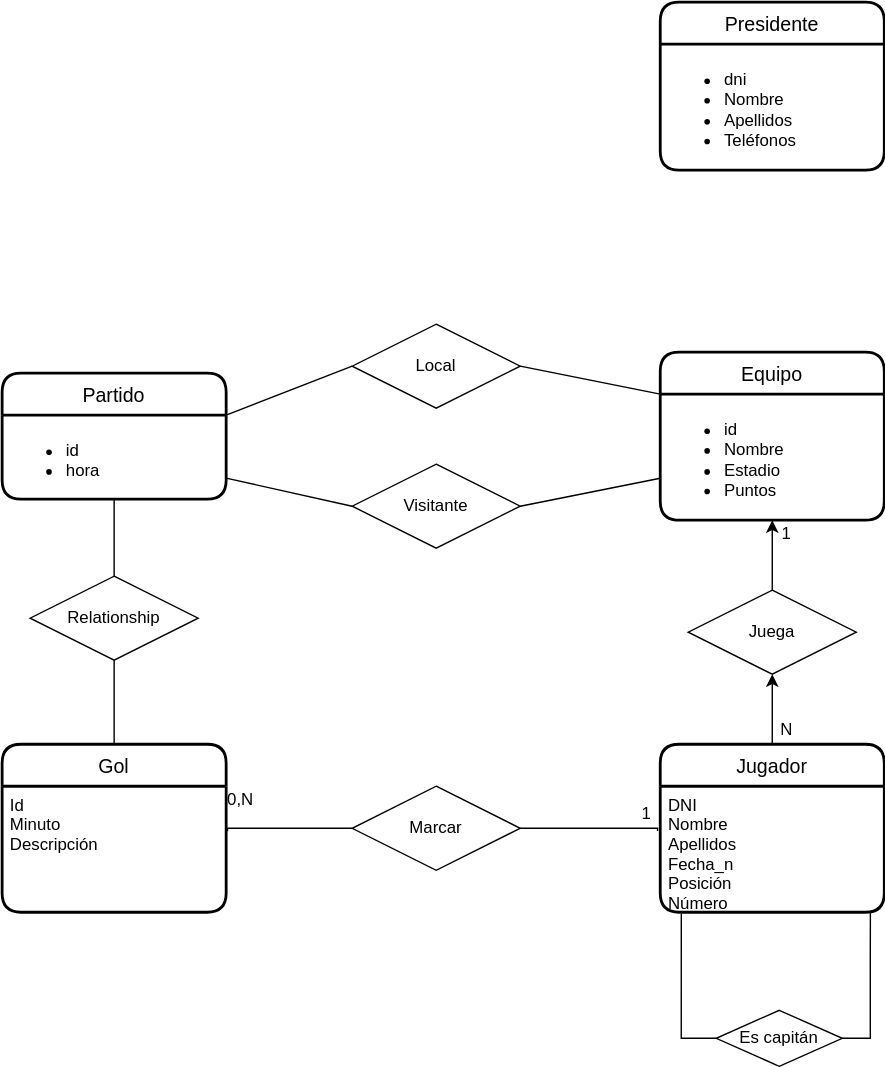
Earlier version of the draw.io export UD12-10.svg (Jimxx22/C3-UD11-UML). Source tidied: cells renumbered, new cells last; positions are measured from the earlier drawing's top-left corner, leaving out a move shared by most shapes.
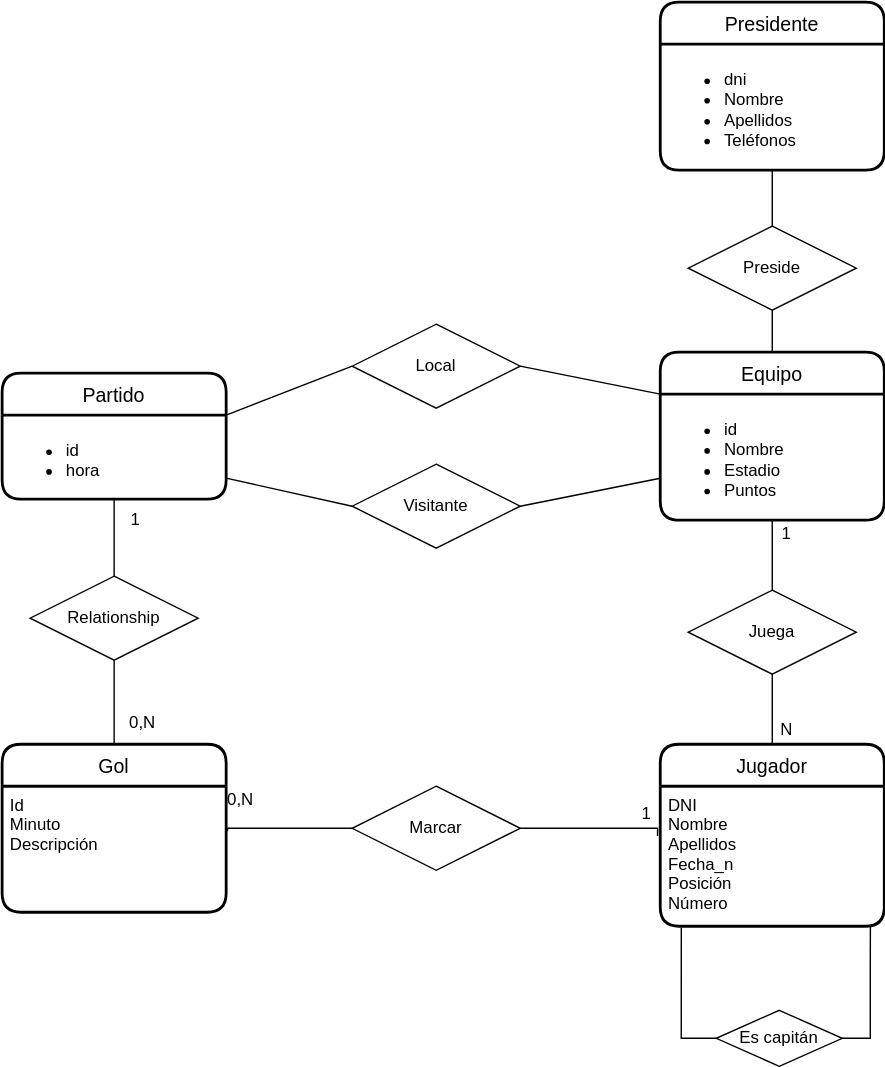
The same diagram one commit later.

Diff of the diagram source:
```diff
@@ -2,14 +2,14 @@
   <root>
     <mxCell id="0" />
     <mxCell id="1" parent="0" />
-    <mxCell id="2" style="edgeStyle=orthogonalEdgeStyle;rounded=0;jettySize=auto;html=1;exitX=0.5;exitY=0;exitDx=0;exitDy=0;entryX=0.5;entryY=1;entryDx=0;entryDy=0;" parent="1" edge="1" source="3" target="28">
+    <mxCell id="2" style="edgeStyle=orthogonalEdgeStyle;rounded=0;jettySize=auto;html=1;exitX=0.5;exitY=0;exitDx=0;exitDy=0;entryX=0.5;entryY=1;entryDx=0;entryDy=0;endArrow=none;endFill=0;" parent="1" edge="1" source="3" target="28">
       <mxGeometry relative="1" as="geometry" />
     </mxCell>
     <mxCell id="3" value="Jugador" style="swimlane;horizontal=1;startSize=30;rounded=1;fontSize=14;fontStyle=0;strokeWidth=2;shadow=0;dashed=0;align=center;" parent="1" vertex="1">
-      <mxGeometry x="470" y="530" width="160" height="120" as="geometry" />
+      <mxGeometry x="470" y="530" width="160" height="130" as="geometry" />
     </mxCell>
     <mxCell id="4" value="DNI&#10;Nombre&#10;Apellidos&#10;Fecha_n&#10;Posición&#10;Número&#10;" style="align=left;strokeColor=none;fillColor=none;spacingLeft=4;fontSize=12;verticalAlign=top;" parent="3" vertex="1">
-      <mxGeometry y="30" width="160" height="90" as="geometry" />
+      <mxGeometry y="30" width="160" height="100" as="geometry" />
     </mxCell>
     <mxCell id="5" value="Partido" style="swimlane;horizontal=1;startSize=30;rounded=1;fontSize=14;fontStyle=0;strokeWidth=2;shadow=0;dashed=0;align=center;" parent="1" vertex="1">
       <mxGeometry y="265" width="160" height="90" as="geometry" />
@@ -86,7 +86,7 @@
     <mxCell id="25" value="Relationship" style="shape=rhombus;perimeter=rhombusPerimeter;whiteSpace=wrap;html=1;align=center;labelBackgroundColor=none;" parent="1" vertex="1">
       <mxGeometry x="20" y="410" width="120" height="60" as="geometry" />
     </mxCell>
-    <mxCell id="26" style="edgeStyle=orthogonalEdgeStyle;rounded=0;jettySize=auto;html=1;exitX=0.5;exitY=0;exitDx=0;exitDy=0;entryX=0.5;entryY=1;entryDx=0;entryDy=0;" parent="1" edge="1" source="28" target="11">
+    <mxCell id="26" style="edgeStyle=orthogonalEdgeStyle;rounded=0;jettySize=auto;html=1;exitX=0.5;exitY=0;exitDx=0;exitDy=0;entryX=0.5;entryY=1;entryDx=0;entryDy=0;endArrow=none;endFill=0;" parent="1" edge="1" source="28" target="11">
       <mxGeometry relative="1" as="geometry" />
     </mxCell>
     <mxCell id="27" style="endArrow=none;html=1;rounded=0;labelBackgroundColor=none;entryX=0.5;entryY=0;entryDx=0;entryDy=0;exitX=0.5;exitY=1;exitDx=0;exitDy=0;" parent="1" edge="1" source="6" target="25">
@@ -101,14 +101,29 @@
     <mxCell id="30" style="endArrow=none;html=1;rounded=0;labelBackgroundColor=none;entryX=0.5;entryY=0;entryDx=0;entryDy=0;exitX=0.5;exitY=1;exitDx=0;exitDy=0;" parent="1" edge="1" source="25" target="7">
       <mxGeometry relative="1" as="geometry" />
     </mxCell>
+    <mxCell id="34" value="Preside" style="shape=rhombus;perimeter=rhombusPerimeter;whiteSpace=wrap;html=1;align=center;labelBackgroundColor=none;" parent="1" vertex="1">
+      <mxGeometry x="490" y="160" width="120" height="60" as="geometry" />
+    </mxCell>
     <mxCell id="31" value="N" style="text;html=1;align=center;verticalAlign=middle;strokeColor=none;fillColor=none;" parent="1" vertex="1">
       <mxGeometry x="545" y="505" width="30" height="30" as="geometry" />
     </mxCell>
+    <mxCell id="35" style="endArrow=none;html=1;rounded=0;labelBackgroundColor=none;entryX=0.5;entryY=1;entryDx=0;entryDy=0;exitX=0.5;exitY=0;exitDx=0;exitDy=0;" parent="1" edge="1" source="34" target="10">
+      <mxGeometry relative="1" as="geometry" />
+    </mxCell>
     <mxCell id="32" value="1" style="text;html=1;align=center;verticalAlign=middle;strokeColor=none;fillColor=none;" parent="1" vertex="1">
       <mxGeometry x="445" y="565" width="30" height="30" as="geometry" />
     </mxCell>
+    <mxCell id="36" style="endArrow=none;html=1;rounded=0;labelBackgroundColor=none;entryX=0.5;entryY=0;entryDx=0;entryDy=0;exitX=0.5;exitY=1;exitDx=0;exitDy=0;" parent="1" edge="1" source="34" target="11">
+      <mxGeometry relative="1" as="geometry" />
+    </mxCell>
     <mxCell id="33" value="0,N" style="text;html=1;align=center;verticalAlign=middle;strokeColor=none;fillColor=none;" parent="1" vertex="1">
       <mxGeometry x="150" y="555" width="40" height="30" as="geometry" />
     </mxCell>
+    <mxCell id="37" value="1" style="text;html=1;align=center;verticalAlign=middle;strokeColor=none;fillColor=none;" parent="1" vertex="1">
+      <mxGeometry x="80" y="355" width="30" height="30" as="geometry" />
+    </mxCell>
+    <mxCell id="38" value="0,N" style="text;html=1;align=center;verticalAlign=middle;strokeColor=none;fillColor=none;" parent="1" vertex="1">
+      <mxGeometry x="80" y="500" width="40" height="30" as="geometry" />
+    </mxCell>
   </root>
 </mxGraphModel>
```
